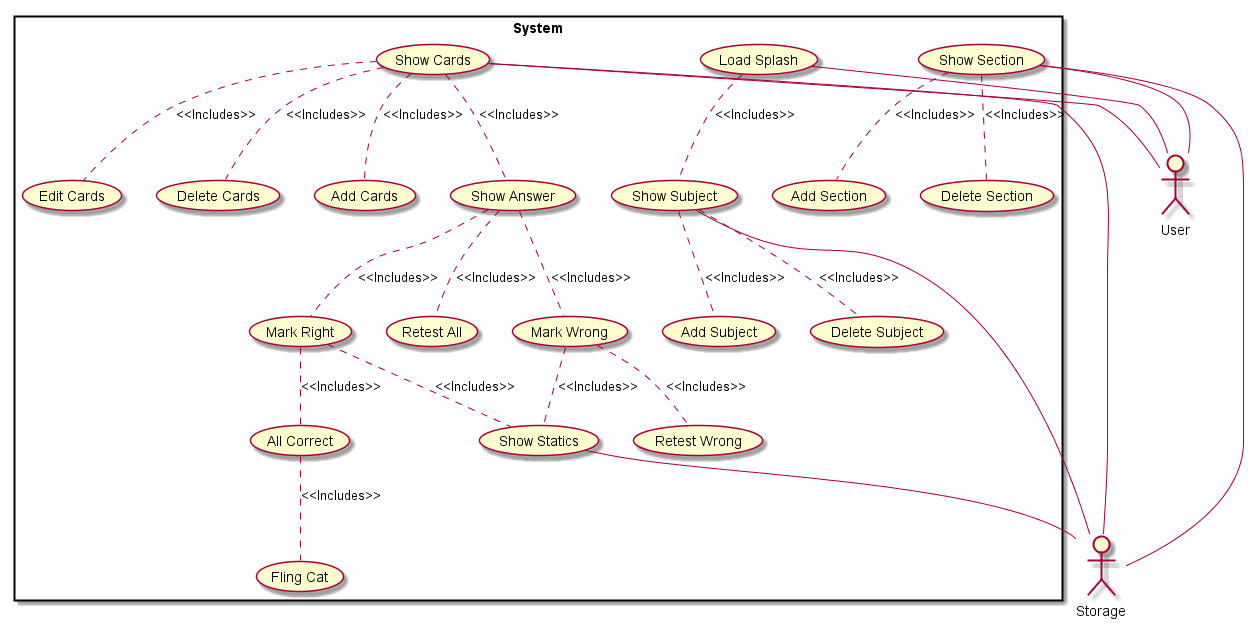
The PlantUML diagram app/UML/Usecase Diagram/Usecase.png in ultiferrago/ElStudioGato, before a commit.
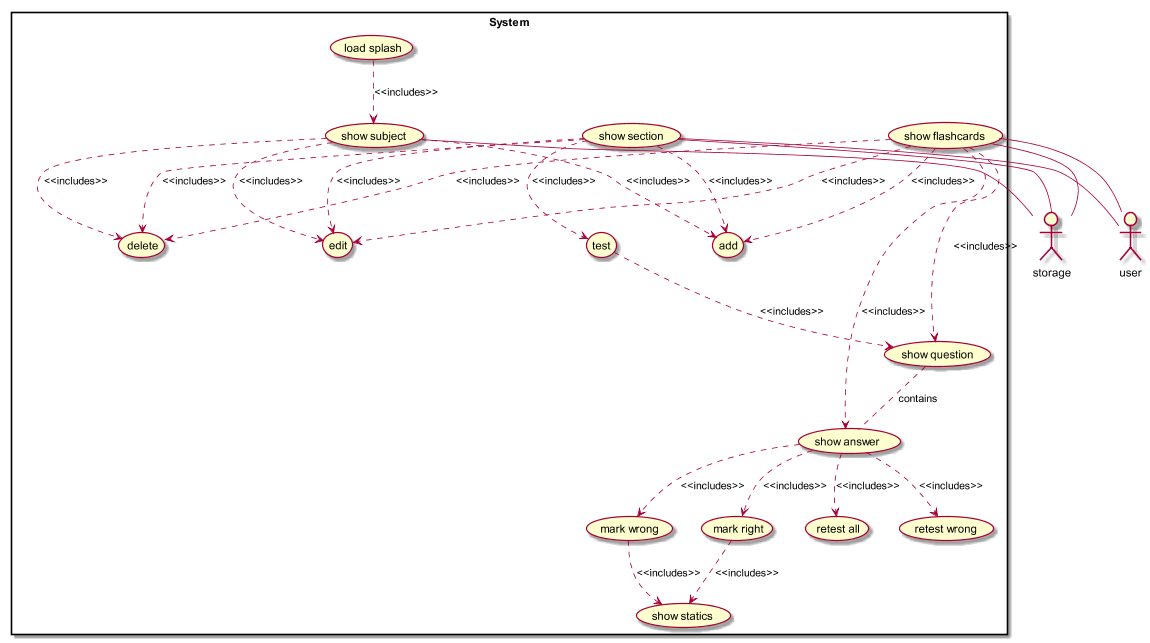
Later version of the same file.

What changed in the source:
```diff
@@ -1,32 +1,39 @@
 @startuml
-Actor User
-Actor Storage
+Actor user
 
+Actor storage
 rectangle System {
-User -- (Load Splash)
-(Load Splash) .. (Show Subject) : <<Includes>>
-(Show Subject) .. (Add Subject) : <<Includes>>
-(Show Subject) .. (Delete Subject) :  <<Includes>>
-(Show Subject) -- Storage
-(Show Section) -- Storage
-(Show Section) -- User
-(Show Section) .. (Add Section) : <<Includes>>
-(Show Section) .. (Delete Section) : <<Includes>>
-(Show Cards) -- Storage
-(Show Cards) -- User
-(Show Cards) .. (Edit Cards) : <<Includes>>
-(Show Cards) .. (Delete Cards) : <<Includes>>
-(Show Cards) .. (Add Cards) : <<Includes>>
-(Show Cards) .. (Show Answer) : <<Includes>>
-(Show Answer) .. (Mark Wrong) : <<Includes>>
-(Show Answer) .. (Mark Right) : <<Includes>>
-(Mark Wrong) .. (Show Statics) : <<Includes>>
-(Mark Right) .. (Show Statics) : <<Includes>>
-(Mark Wrong) .. (Retest Wrong) : <<Includes>>
-(Mark Right) .. (All Correct) : <<Includes>>
-(Show Answer) .. (Retest All) : <<Includes>>
-(All Correct) .. (Fling Cat) : <<Includes>>
-(Show Statics) -- (Storage)
+(load splash) ..> (show subject) : <<includes>>
+(show subject) ..> (add) : <<includes>>
+(show subject) ..> (delete) :  <<includes>>
+(show subject) -- storage
+(show subject) ..> (edit) : <<includes>>
+
+(show section) -- storage
+(show section) -- user
+(show section) ..> (edit) : <<includes>>
+
+(show section) ..> (test) : <<includes>>
+(test) ..> (show question) : <<includes>>
+(show flashcards) ..> (show question) : <<includes>>
+(show section) ..> (add) : <<includes>>
+(show section) ..> (delete) : <<includes>>
+(show question) .. (show answer) : contains
+
+(show flashcards) -- storage
+(show flashcards) -- user
+(show flashcards) ..> (edit) : <<includes>>
+(show flashcards) ..> (delete) : <<includes>>
+(show flashcards) ..> (add) : <<includes>>
+(show flashcards) ..> (show answer) : <<includes>>
+
+(show answer) ..> (mark wrong) : <<includes>>
+(show answer) ..> (mark right) : <<includes>>
+(mark wrong) ..> (show statics) : <<includes>>
+(mark right) ..> (show statics) : <<includes>>
+
+(show answer) ..> (retest all) : <<includes>>
+(show answer) ..> (retest wrong) : <<includes>>
 }
 
 
```
